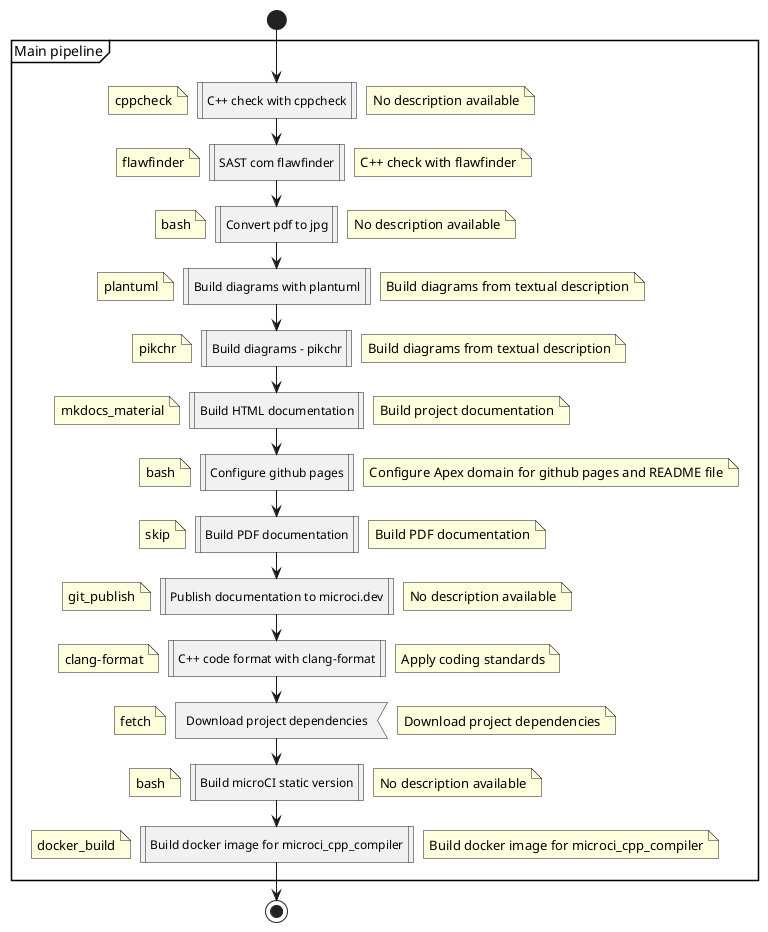
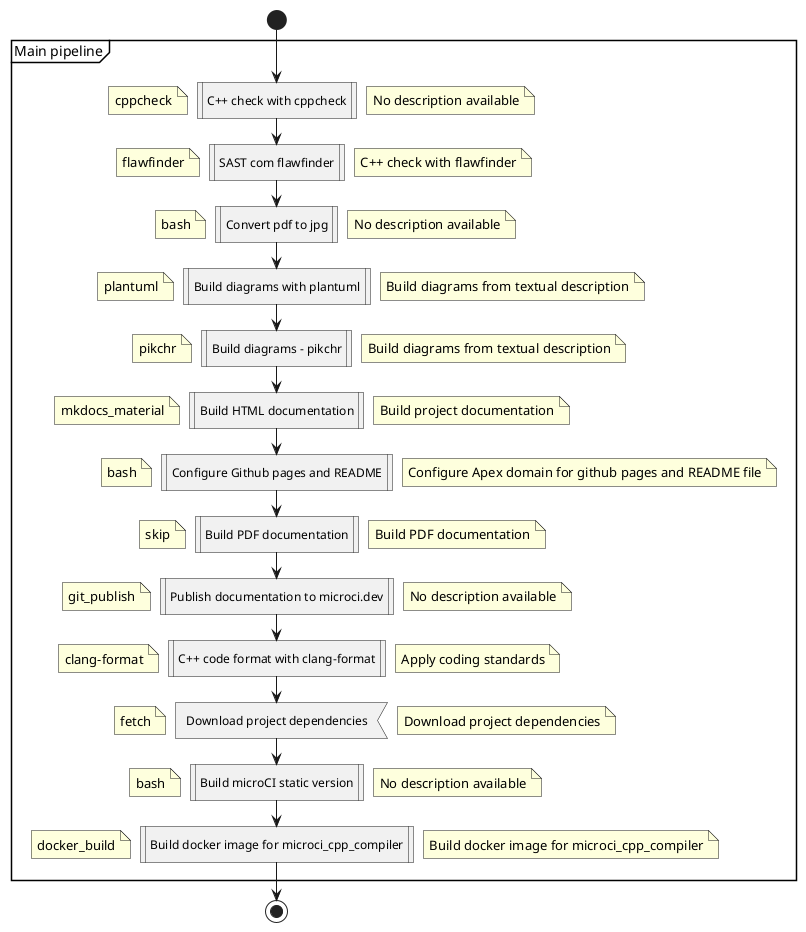


' Generated Diagram! Do not edit
@startuml
start
partition "Main pipeline" {
:C++ check with cppcheck; <<procedure>>
floating note left: cppcheck
floating note right: No description available

:SAST com flawfinder; <<procedure>>
floating note left: flawfinder
floating note right: C++ check with flawfinder

:Convert pdf to jpg; <<procedure>>
floating note left: bash
floating note right: No description available

:Build diagrams with plantuml; <<procedure>>
floating note left: plantuml
floating note right: Build diagrams from textual description

:Build diagrams - pikchr; <<procedure>>
floating note left: pikchr
floating note right: Build diagrams from textual description

:Build HTML documentation; <<procedure>>
floating note left: mkdocs_material
floating note right: Build project documentation

- :Configure github pages; <<procedure>>
+ :Configure Github pages and README; <<procedure>>
floating note left: bash
floating note right: Configure Apex domain for github pages and README file

:Build PDF documentation; <<procedure>>
floating note left: skip
floating note right: Build PDF documentation

:Publish documentation to microci.dev; <<procedure>>
floating note left: git_publish
floating note right: No description available

:C++ code format with clang-format; <<procedure>>
floating note left: clang-format
floating note right: Apply coding standards

:Download project dependencies; <<input>>
floating note left: fetch
floating note right: Download project dependencies

:Build microCI static version; <<procedure>>
floating note left: bash
floating note right: No description available

:Build docker image for microci_cpp_compiler; <<procedure>>
floating note left: docker_build
floating note right: Build docker image for microci_cpp_compiler

}

stop
@enduml


' Generated Diagram! Do not edit
@startuml
start
partition "Alternative flow" {
:C++ check with clang-tidy; <<procedure>>
floating note left: clang-tidy
floating note right: No description available

}

stop
@enduml


' Generated Diagram! Do not edit
@startuml
start
partition "Alternative flow" {
:Documentation preview http://localhost:8000; <<procedure>>
floating note left: mkdocs_material
floating note right: Serve documentation preview at port 8000

}

stop
@enduml

